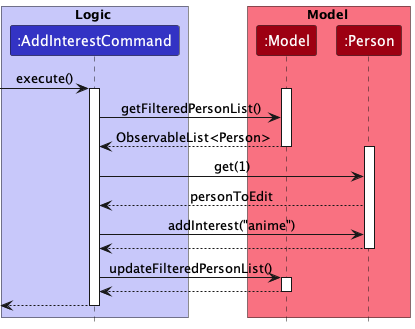
This is docs/images/AddInterestRefSequenceDiagram.png from nus-cs2103-AY2223S1/tp, a PlantUML export, as it was before one commit.
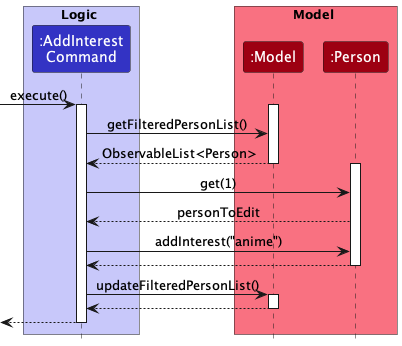
The same diagram one commit later.

Commit message:
Improve layout of Sequence Diagram

Diff of the diagram source:
```diff
@@ -2,7 +2,7 @@
 !include style.puml
 skinparam SequenceReferenceBackgroundColor White
 box Logic LOGIC_COLOR_T1
-participant ":AddInterestCommand" as AddInterestCommand LOGIC_COLOR
+participant ":AddInterest\nCommand" as AddInterestCommand LOGIC_COLOR
 end box
 
 box Model MODEL_COLOR_T1
```
